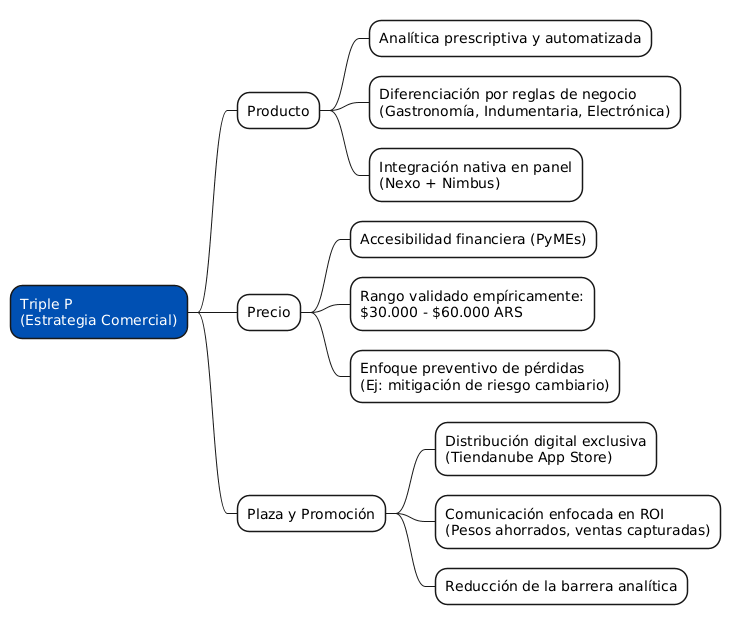
Before: images/diagramaTripleP.png, a diagram exported from PlantUML (TomiG23/pfi-palomino-goncalves).
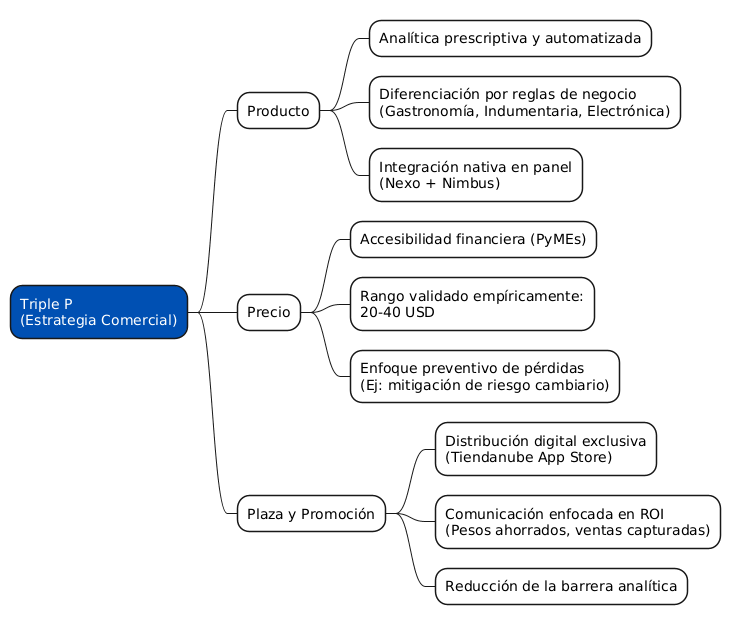
The same diagram one commit later.

Commit message:
Triple P: Cambio de ARS a USD

Change to the diagram source:
```diff
@@ -19,7 +19,7 @@
 *** Integración nativa en panel\n(Nexo + Nimbus)
 ** Precio
 *** Accesibilidad financiera (PyMEs)
-*** Rango validado empíricamente:\n$30.000 - $60.000 ARS
+*** Rango validado empíricamente:\n20-40 USD
 *** Enfoque preventivo de pérdidas\n(Ej: mitigación de riesgo cambiario)
 ** Plaza y Promoción
 *** Distribución digital exclusiva\n(Tiendanube App Store)
```
